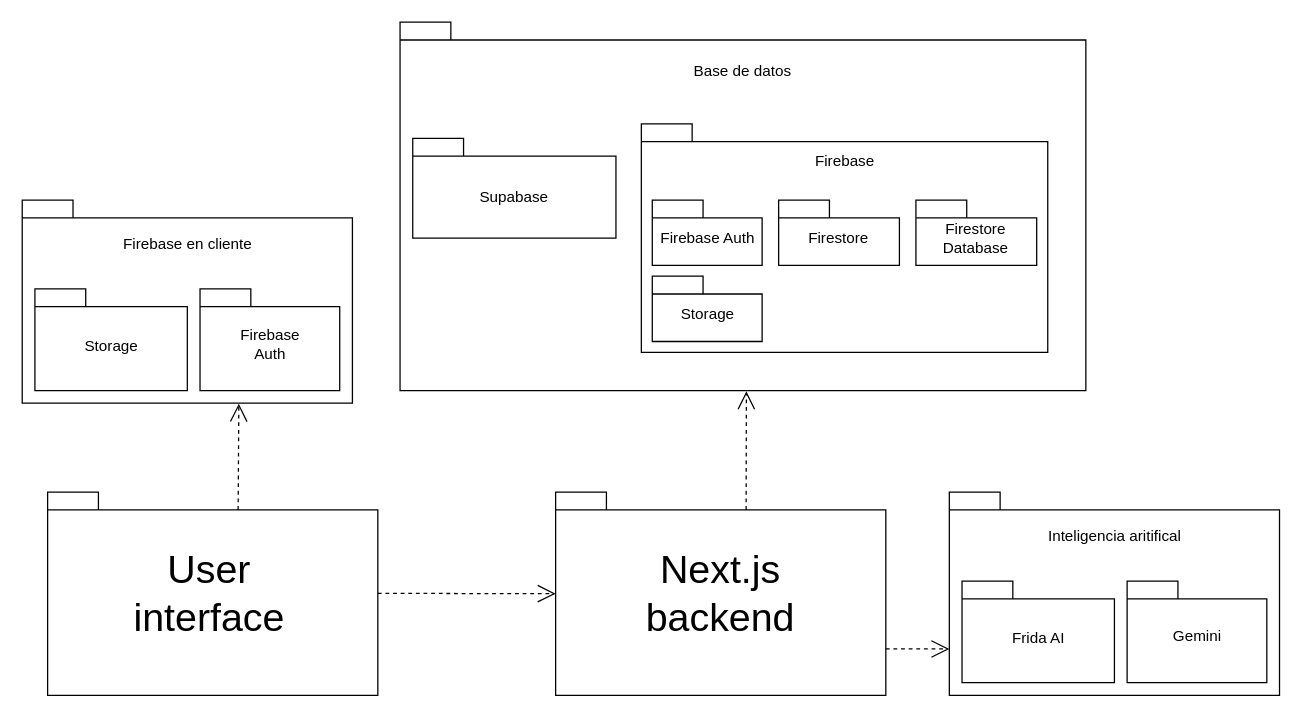
Earlier version of the draw.io diagram diagrams/package_diagram.drawio (Apantli/Tenor). Source tidied: cells renumbered, new cells numbered last; positions are measured from the earlier drawing's top-left corner, leaving out a move shared by most shapes. Both pictures are drawn from the tidied source at 127%, with x=0, y=0 at pixel (22, 22).
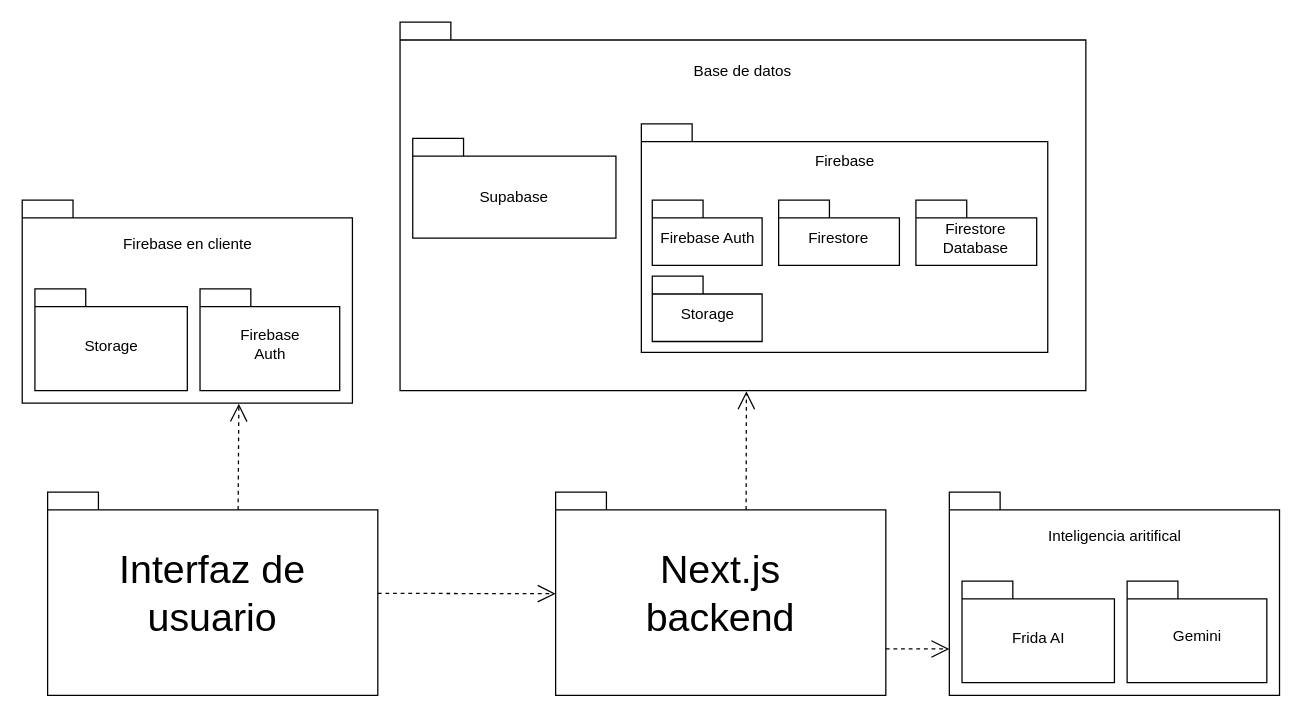
Above is the later version.

Diff of the diagram source:
```diff
@@
-    <mxCell id="4" value="&lt;font style=&quot;font-size: 31px;&quot;&gt;User interface&lt;/font&gt;" style="text;html=1;align=center;verticalAlign=middle;whiteSpace=wrap;rounded=0;" parent="1" vertex="1">
-      <mxGeometry x="90" y="435" width="115" height="30" as="geometry" />
+    <mxCell id="4" value="&lt;font style=&quot;font-size: 31px;&quot;&gt;Interfaz de usuario&lt;/font&gt;" style="text;html=1;align=center;verticalAlign=middle;whiteSpace=wrap;rounded=0;" parent="1" vertex="1">
+      <mxGeometry x="75" y="435" width="150" height="30" as="geometry" />
     </mxCell>
```
